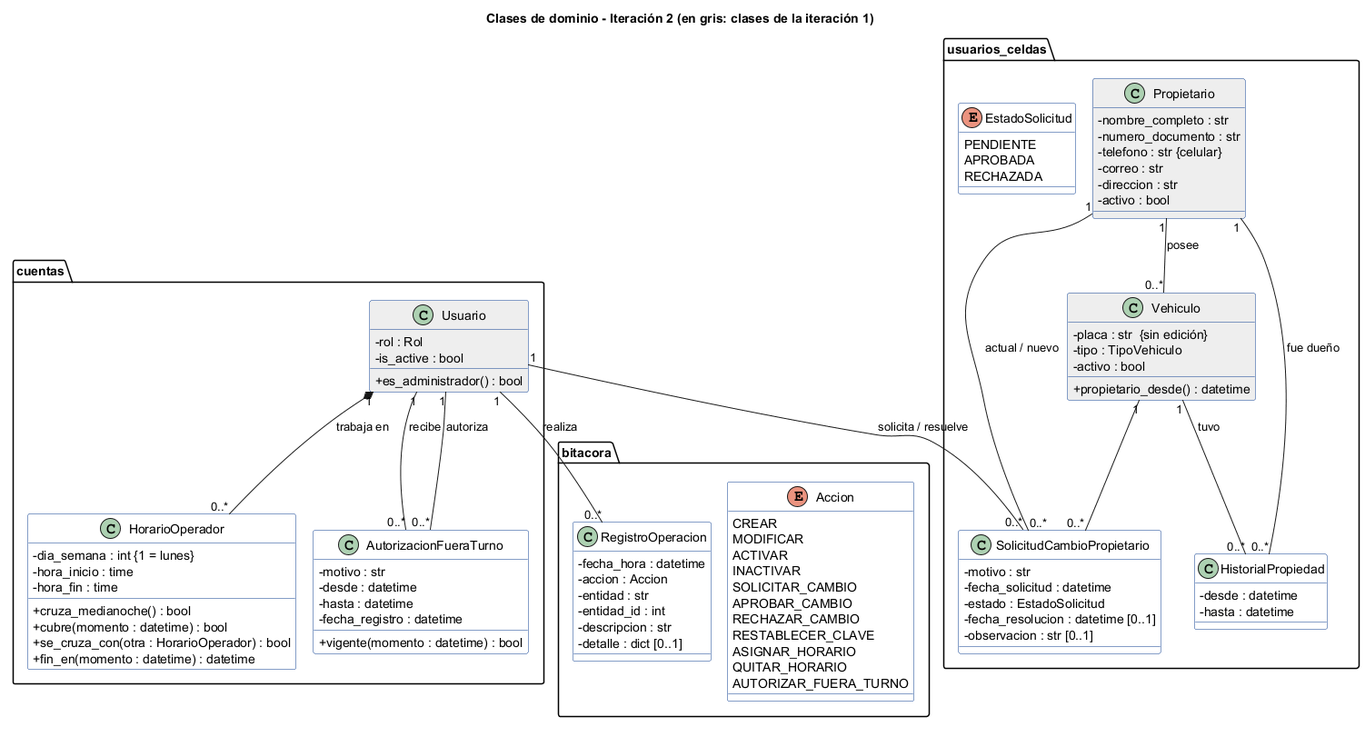
Above: docs/latex/diagrams/uml/CL-03_Dominio_It2.png in NotDual2024/Autos-Colombia-Equipo-31-Actualizacion (PlantUML), before the change.
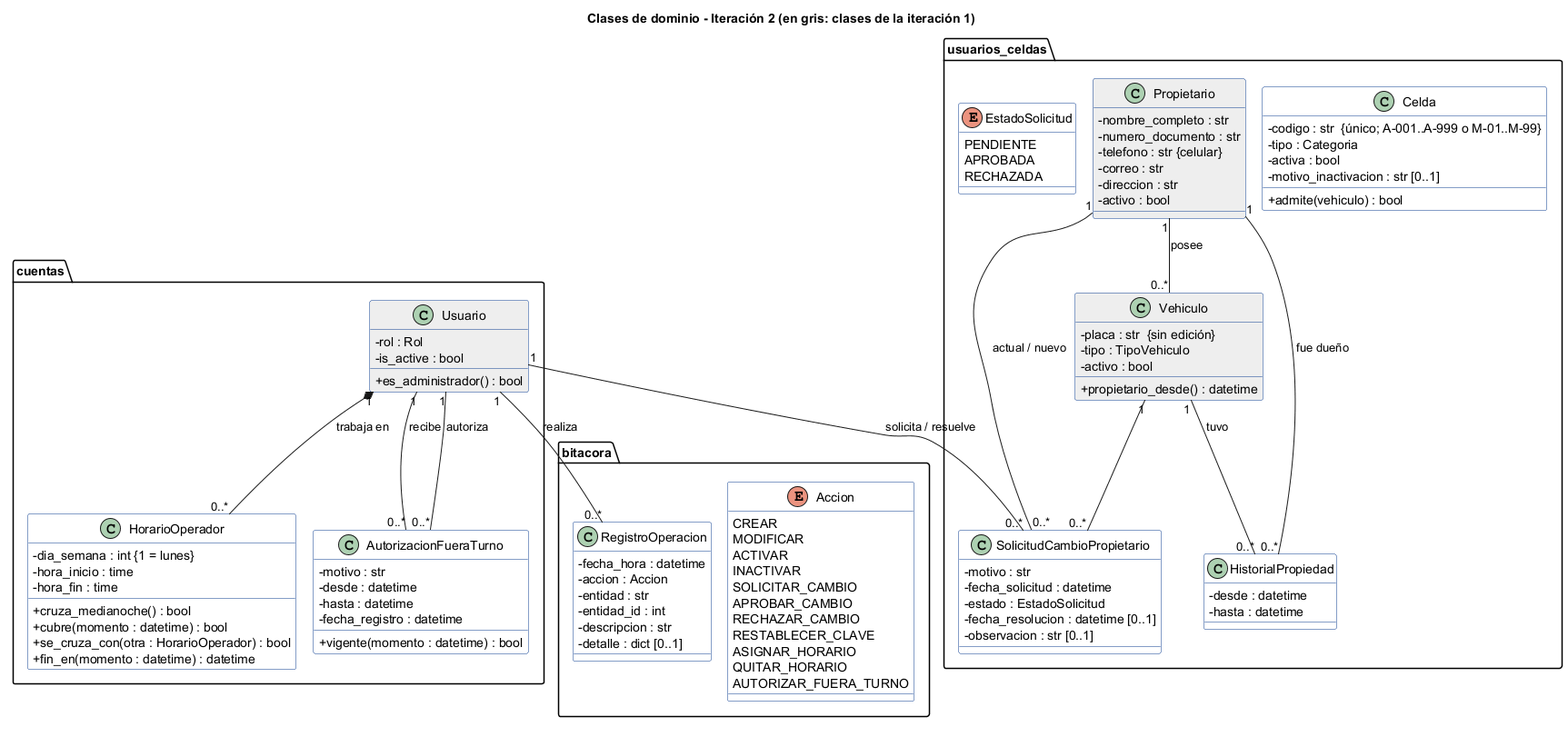
After the commit.

The edit, as a diff of the source:
```diff
@@ -32,6 +32,13 @@
 }
 
 package usuarios_celdas {
+  class Celda {
+    - codigo : str  {único; A-001..A-999 o M-01..M-99}
+    - tipo : Categoria
+    - activa : bool
+    - motivo_inactivacion : str [0..1]
+    + admite(vehiculo) : bool
+  }
   class Propietario #EEEEEE {
     - nombre_completo : str
     - numero_documento : str
```
